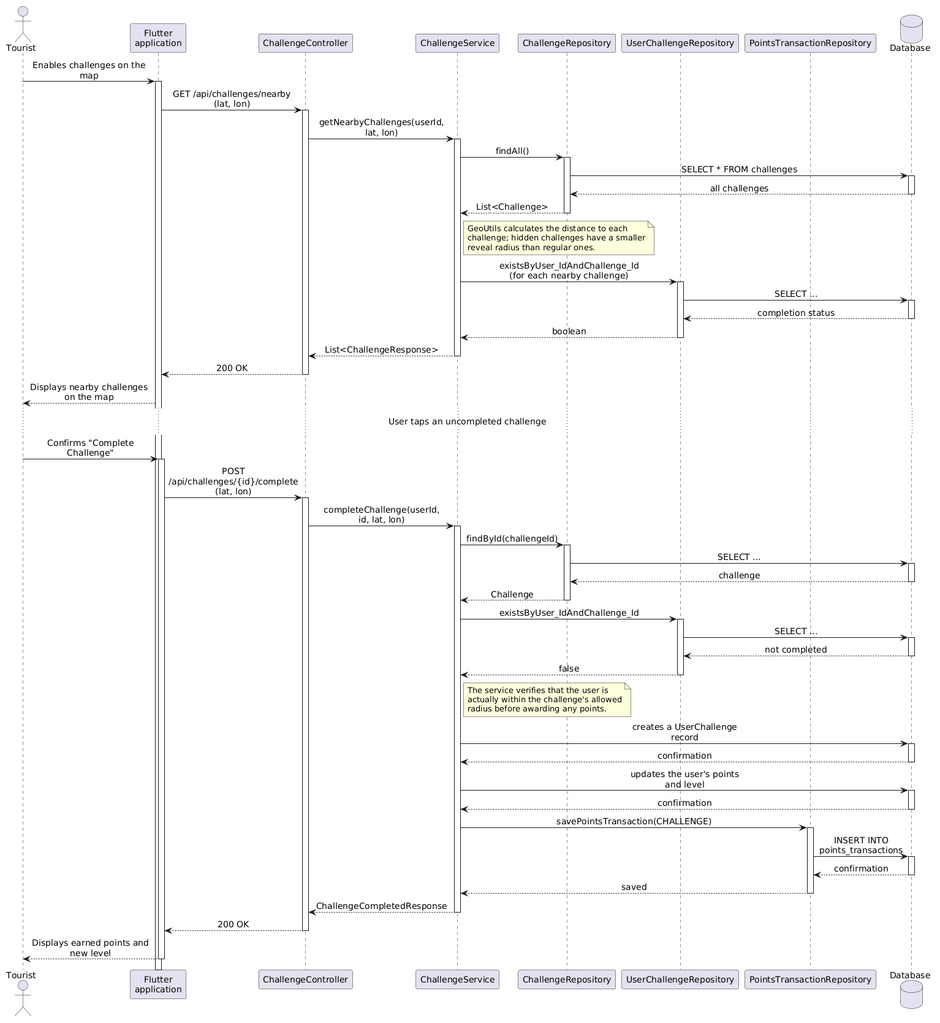
Earlier version of the PlantUML export slike/Izvrsavanje-Izazova-Poeni.png (ffilko/diplomski-rad-filip-filko). The source it was exported from:
```plantuml
@startuml
skinparam sequenceMessageAlign center
skinparam maxMessageSize 200
skinparam defaultFontSize 14
skinparam noteFontSize 13

actor Tourist
participant "Flutter\napplication" as App
participant "ChallengeController" as CC
participant "ChallengeService" as CS
participant "ChallengeRepository" as CR
participant "UserChallengeRepository" as UCR
participant "PointsTransactionRepository" as PTR
database "Database" as DB

Tourist -> App: Enables challenges on the map
activate App
App -> CC: GET /api/challenges/nearby\n(lat, lon)
activate CC
CC -> CS: getNearbyChallenges(userId, lat, lon)
activate CS
CS -> CR: findAll()
activate CR
CR -> DB: SELECT * FROM challenges
activate DB
DB --> CR: all challenges
deactivate DB
CR --> CS: List<Challenge>
deactivate CR
note right of CS
  GeoUtils calculates the distance to each
  challenge; hidden challenges have a smaller
  reveal radius than regular ones.
end note
CS -> UCR: existsByUser_IdAndChallenge_Id\n(for each nearby challenge)
activate UCR
UCR -> DB: SELECT ...
activate DB
DB --> UCR: completion status
deactivate DB
UCR --> CS: boolean
deactivate UCR
CS --> CC: List<ChallengeResponse>
deactivate CS
CC --> App: 200 OK
deactivate CC
App --> Tourist: Displays nearby challenges on the map

... User taps an uncompleted challenge ...

Tourist -> App: Confirms "Complete Challenge"
activate App
App -> CC: POST /api/challenges/{id}/complete\n(lat, lon)
activate CC
CC -> CS: completeChallenge(userId, id, lat, lon)
activate CS
CS -> CR: findById(challengeId)
activate CR
CR -> DB: SELECT ...
activate DB
DB --> CR: challenge
deactivate DB
CR --> CS: Challenge
deactivate CR
CS -> UCR: existsByUser_IdAndChallenge_Id
activate UCR
UCR -> DB: SELECT ...
activate DB
DB --> UCR: not completed
deactivate DB
UCR --> CS: false
deactivate UCR
note right of CS
  The service verifies that the user is
  actually within the challenge's allowed
  radius before awarding any points.
end note
CS -> DB: creates a UserChallenge record
activate DB
DB --> CS: confirmation
deactivate DB
CS -> DB: updates the user's points and level
activate DB
DB --> CS: confirmation
deactivate DB
CS -> PTR: savePointsTransaction(CHALLENGE)
activate PTR
PTR -> DB: INSERT INTO points_transactions
activate DB
DB --> PTR: confirmation
deactivate DB
PTR --> CS: saved
deactivate PTR
CS --> CC: ChallengeCompletedResponse
deactivate CS
CC --> App: 200 OK
deactivate CC
App --> Tourist: Displays earned points and new level
deactivate App
@enduml
```
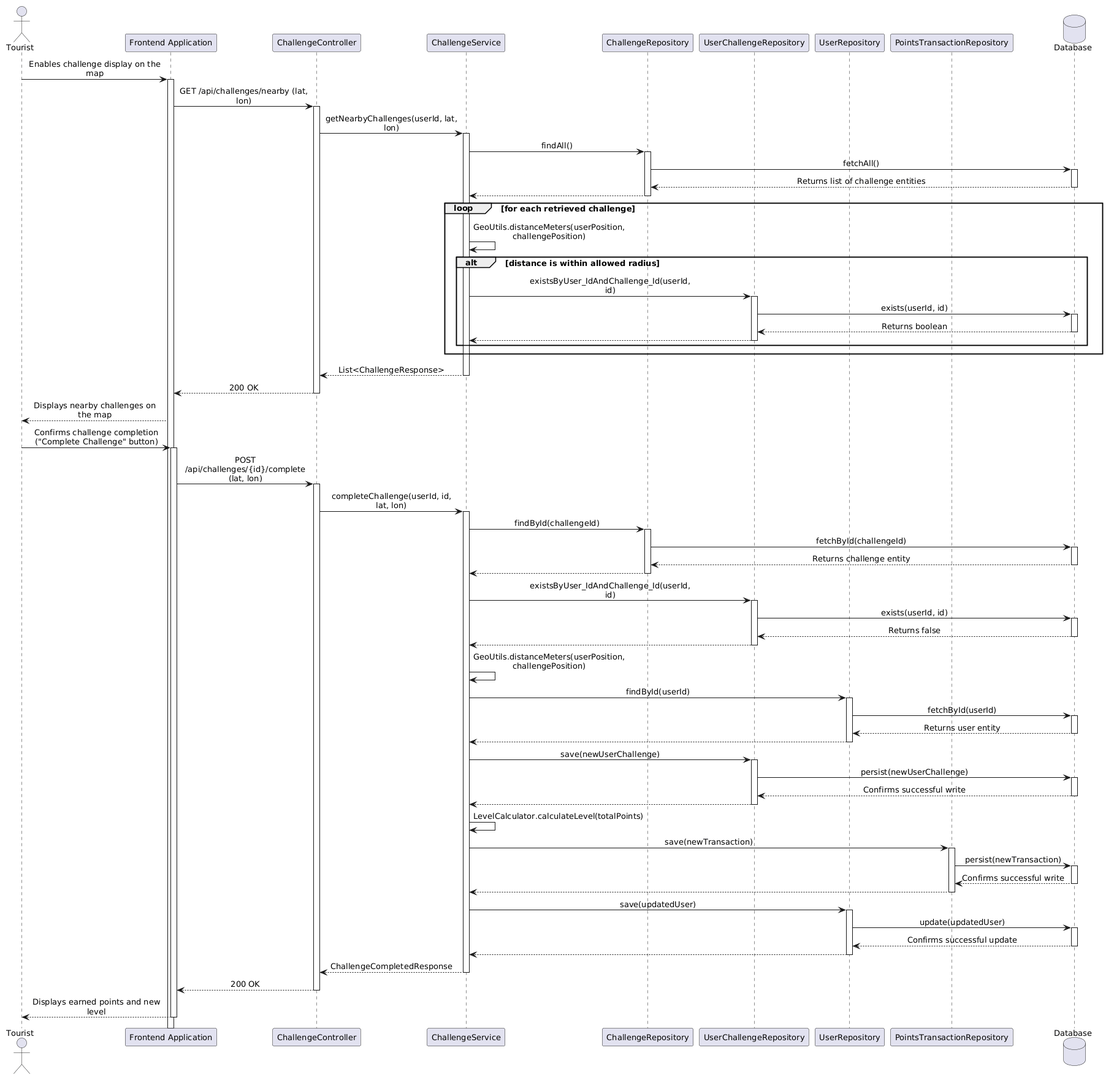
The same file after the commit.

What changed in the source:
```diff
@@ -1,96 +1,108 @@
 @startuml
 skinparam sequenceMessageAlign center
-skinparam maxMessageSize 200
-skinparam defaultFontSize 14
-skinparam noteFontSize 13
+skinparam maxMessageSize 220
+skinparam defaultFontSize 13
 
 actor Tourist
-participant "Flutter\napplication" as App
+participant "Frontend Application" as App
 participant "ChallengeController" as CC
 participant "ChallengeService" as CS
 participant "ChallengeRepository" as CR
 participant "UserChallengeRepository" as UCR
+participant "UserRepository" as UR
 participant "PointsTransactionRepository" as PTR
 database "Database" as DB
 
-Tourist -> App: Enables challenges on the map
+Tourist -> App: Enables challenge display on the map
 activate App
-App -> CC: GET /api/challenges/nearby\n(lat, lon)
+App -> CC: GET /api/challenges/nearby (lat, lon)
 activate CC
 CC -> CS: getNearbyChallenges(userId, lat, lon)
 activate CS
 CS -> CR: findAll()
 activate CR
-CR -> DB: SELECT * FROM challenges
+CR -> DB: fetchAll()
 activate DB
-DB --> CR: all challenges
+DB --> CR: Returns list of challenge entities
 deactivate DB
-CR --> CS: List<Challenge>
+CR --> CS
 deactivate CR
-note right of CS
-  GeoUtils calculates the distance to each
-  challenge; hidden challenges have a smaller
-  reveal radius than regular ones.
-end note
-CS -> UCR: existsByUser_IdAndChallenge_Id\n(for each nearby challenge)
-activate UCR
-UCR -> DB: SELECT ...
-activate DB
-DB --> UCR: completion status
-deactivate DB
-UCR --> CS: boolean
-deactivate UCR
+loop for each retrieved challenge
+  CS -> CS: GeoUtils.distanceMeters(userPosition, challengePosition)
+  alt distance is within allowed radius
+    CS -> UCR: existsByUser_IdAndChallenge_Id(userId, id)
+    activate UCR
+    UCR -> DB: exists(userId, id)
+    activate DB
+    DB --> UCR: Returns boolean
+    deactivate DB
+    UCR --> CS
+    deactivate UCR
+  end
+end
 CS --> CC: List<ChallengeResponse>
 deactivate CS
 CC --> App: 200 OK
 deactivate CC
 App --> Tourist: Displays nearby challenges on the map
 
-... User taps an uncompleted challenge ...
 
-Tourist -> App: Confirms "Complete Challenge"
+Tourist -> App: Confirms challenge completion\n("Complete Challenge" button)
 activate App
-App -> CC: POST /api/challenges/{id}/complete\n(lat, lon)
+App -> CC: POST /api/challenges/{id}/complete (lat, lon)
 activate CC
 CC -> CS: completeChallenge(userId, id, lat, lon)
 activate CS
 CS -> CR: findById(challengeId)
 activate CR
-CR -> DB: SELECT ...
+CR -> DB: fetchById(challengeId)
 activate DB
-DB --> CR: challenge
+DB --> CR: Returns challenge entity
 deactivate DB
-CR --> CS: Challenge
+CR --> CS
 deactivate CR
-CS -> UCR: existsByUser_IdAndChallenge_Id
+CS -> UCR: existsByUser_IdAndChallenge_Id(userId, id)
 activate UCR
-UCR -> DB: SELECT ...
+UCR -> DB: exists(userId, id)
 activate DB
-DB --> UCR: not completed
+DB --> UCR: Returns false
 deactivate DB
-UCR --> CS: false
+UCR --> CS
 deactivate UCR
-note right of CS
-  The service verifies that the user is
-  actually within the challenge's allowed
-  radius before awarding any points.
-end note
-CS -> DB: creates a UserChallenge record
+CS -> CS: GeoUtils.distanceMeters(userPosition, challengePosition)
+CS -> UR: findById(userId)
+activate UR
+UR -> DB: fetchById(userId)
 activate DB
-DB --> CS: confirmation
+DB --> UR: Returns user entity
 deactivate DB
-CS -> DB: updates the user's points and level
+UR --> CS
+deactivate UR
+CS -> UCR: save(newUserChallenge)
+activate UCR
+UCR -> DB: persist(newUserChallenge)
 activate DB
-DB --> CS: confirmation
+DB --> UCR: Confirms successful write
 deactivate DB
-CS -> PTR: savePointsTransaction(CHALLENGE)
+UCR --> CS
+deactivate UCR
+CS -> CS: LevelCalculator.calculateLevel(totalPoints)
+CS -> PTR: save(newTransaction)
 activate PTR
-PTR -> DB: INSERT INTO points_transactions
+PTR -> DB: persist(newTransaction)
 activate DB
-DB --> PTR: confirmation
+DB --> PTR: Confirms successful write
 deactivate DB
-PTR --> CS: saved
+PTR --> CS
 deactivate PTR
+CS -> UR: save(updatedUser)
+activate UR
+UR -> DB: update(updatedUser)
+activate DB
+DB --> UR: Confirms successful update
+deactivate DB
+UR --> CS
+deactivate UR
 CS --> CC: ChallengeCompletedResponse
 deactivate CS
 CC --> App: 200 OK
```
